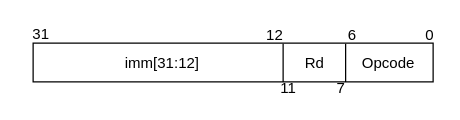
Earlier version of the draw.io diagram LAB3/homebook/images/sources/Utype.drawio (campandrea/Lab_ISA). Source tidied: cells renumbered, new cells numbered last; positions are measured from the earlier drawing's top-left corner, leaving out a move shared by most shapes. Both pictures are drawn from the tidied source at 125%, with x=0, y=0 at pixel (21, 21).
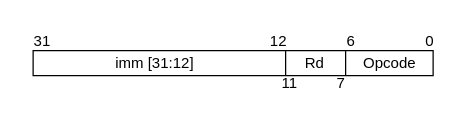
The same page after the edit.

Diff of the diagram source:
```diff
@@
 <mxGraphModel>
   <root>
     <mxCell id="0" />
     <mxCell id="1" parent="0" />
-    <mxCell id="2" style="rounded=0;whiteSpace=wrap;html=1;" parent="1" vertex="1">
-      <mxGeometry x="9" y="17" width="320" height="31" as="geometry" />
-    </mxCell>
-    <mxCell id="3" value="imm[31:12]" style="text;html=1;align=center;verticalAlign=middle;" parent="1" vertex="1">
-      <mxGeometry x="77" y="22.5" width="70" height="20" as="geometry" />
-    </mxCell>
+    <mxCell id="14" style="rounded=0;whiteSpace=wrap;html=1;" parent="1" vertex="1">
+      <mxGeometry x="9" y="23" width="320" height="20" as="geometry" />
+    </mxCell>
+    <mxCell id="15" value="imm [31:12]" style="text;html=1;align=center;verticalAlign=middle;" parent="1" vertex="1">
+      <mxGeometry x="69" y="23.5" width="73" height="19" as="geometry" />
+    </mxCell>
     <mxCell id="4" value="Rd" style="text;html=1;align=center;verticalAlign=middle;" parent="1" vertex="1">
       <mxGeometry x="219" y="23" width="30" height="20" as="geometry" />
     </mxCell>
     <mxCell id="5" value="Opcode" style="text;html=1;align=center;verticalAlign=middle;" parent="1" vertex="1">
-      <mxGeometry x="263" y="22.5" width="60" height="20" as="geometry" />
+      <mxGeometry x="264" y="23" width="60" height="20" as="geometry" />
     </mxCell>
     <mxCell id="6" value="31" style="text;html=1;align=center;verticalAlign=middle;" parent="1" vertex="1">
-      <mxGeometry width="30" height="20" as="geometry" />
+      <mxGeometry x="1" y="5.5" width="30" height="20" as="geometry" />
     </mxCell>
     <mxCell id="7" value="12" style="text;html=1;align=center;verticalAlign=middle;" parent="1" vertex="1">
-      <mxGeometry x="189" y="1" width="25" height="19" as="geometry" />
+      <mxGeometry x="192" y="6" width="25" height="19" as="geometry" />
     </mxCell>
-    <mxCell id="8" value="11" style="text;html=1;align=center;verticalAlign=middle;" parent="1" vertex="1">
-      <mxGeometry x="201" y="43" width="24" height="19" as="geometry" />
-    </mxCell>
     <mxCell id="9" value="7" style="text;html=1;align=center;verticalAlign=middle;" parent="1" vertex="1">
-      <mxGeometry x="246" y="43" width="17" height="19" as="geometry" />
+      <mxGeometry x="246" y="39" width="17" height="19" as="geometry" />
     </mxCell>
     <mxCell id="10" value="6" style="text;html=1;align=center;verticalAlign=middle;" parent="1" vertex="1">
-      <mxGeometry x="255" y="1.5" width="17" height="19" as="geometry" />
+      <mxGeometry x="254" y="6" width="17" height="19" as="geometry" />
     </mxCell>
     <mxCell id="11" value="0" style="text;html=1;align=center;verticalAlign=middle;" parent="1" vertex="1">
-      <mxGeometry x="317" y="1.5" width="17" height="19" as="geometry" />
+      <mxGeometry x="317" y="6" width="17" height="19" as="geometry" />
     </mxCell>
-    <mxCell id="12" style="endArrow=none;html=1;exitX=0.375;exitY=0.987;exitDx=0;exitDy=0;exitPerimeter=0;" parent="1" edge="1">
-      <mxGeometry relative="1" as="geometry">
-        <mxPoint x="209" y="48" as="sourcePoint" />
-        <mxPoint x="209" y="17.4" as="targetPoint" />
-      </mxGeometry>
-    </mxCell>
-    <mxCell id="13" style="endArrow=none;html=1;exitX=0.375;exitY=0.987;exitDx=0;exitDy=0;exitPerimeter=0;" parent="1" edge="1">
-      <mxGeometry relative="1" as="geometry">
-        <mxPoint x="259" y="48" as="sourcePoint" />
-        <mxPoint x="259" y="17.4" as="targetPoint" />
-        <Array as="points">
-          <mxPoint x="259" y="33" />
-        </Array>
-      </mxGeometry>
-    </mxCell>
+    <mxCell id="16" style="endArrow=none;html=1;" parent="1" edge="1">
+      <mxGeometry relative="1" as="geometry">
+        <mxPoint x="259" y="42.5" as="sourcePoint" />
+        <mxPoint x="259" y="22.5" as="targetPoint" />
+        <Array as="points">
+          <mxPoint x="259" y="30.5" />
+        </Array>
+      </mxGeometry>
+    </mxCell>
+    <mxCell id="17" style="endArrow=none;html=1;" parent="1" edge="1">
+      <mxGeometry relative="1" as="geometry">
+        <mxPoint x="211" y="42.5" as="sourcePoint" />
+        <mxPoint x="211" y="22.5" as="targetPoint" />
+        <Array as="points">
+          <mxPoint x="211" y="30.5" />
+        </Array>
+      </mxGeometry>
+    </mxCell>
+    <mxCell id="8" value="11" style="text;html=1;align=center;verticalAlign=middle;" parent="1" vertex="1">
+      <mxGeometry x="202" y="39" width="24" height="19" as="geometry" />
+    </mxCell>
   </root>
 </mxGraphModel>
```
